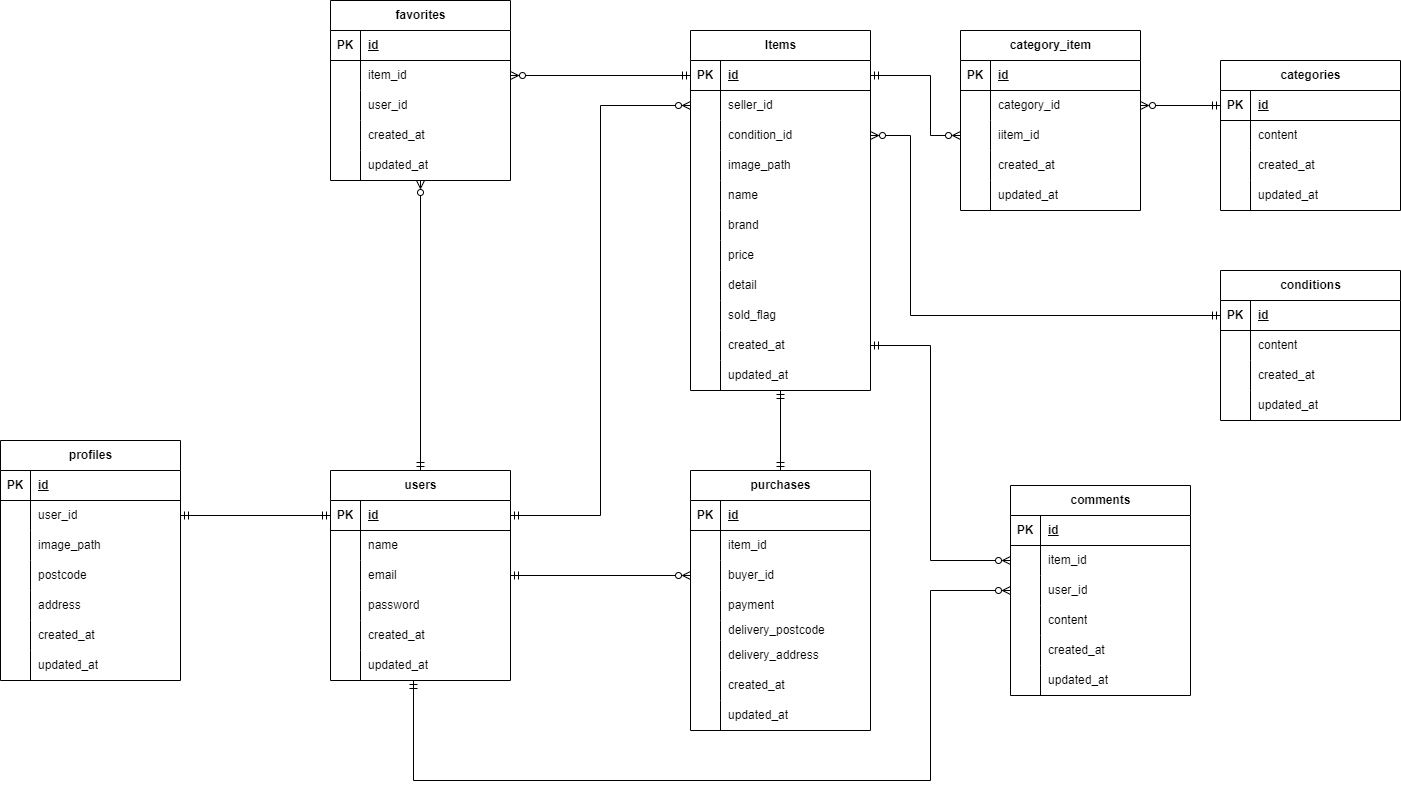
Roba-97/ObanaRyota-mockcase1-furima-app keeps this draw.io diagram as src/er-diagram.drawio.png. Above is the earlier version. Source tidied: cells renumbered, new cells last; positions are measured from the earlier drawing's top-left corner, leaving out a move shared by most shapes.
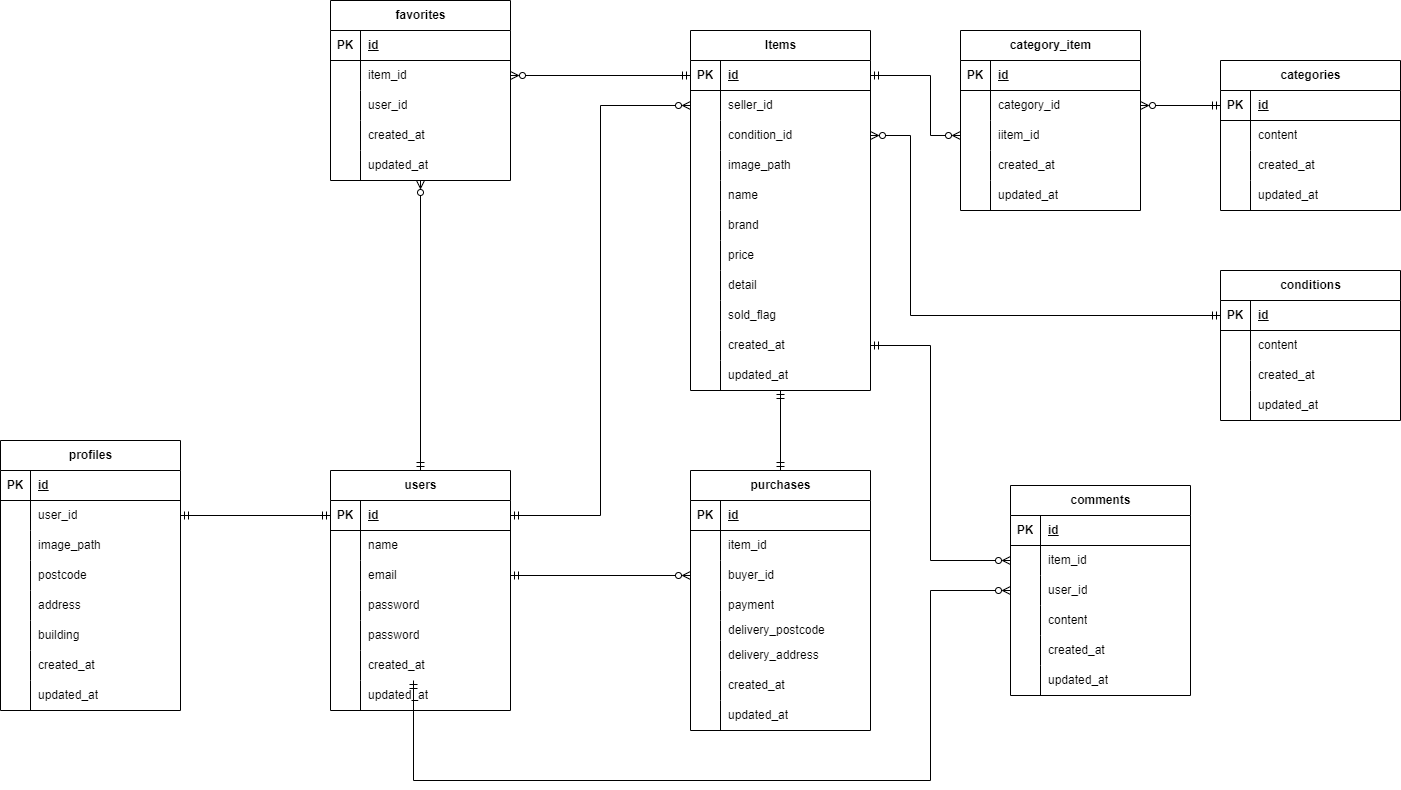
Above is the later version.

What changed in the source:
```diff
@@ -6,7 +6,7 @@
       <mxGeometry relative="1" as="geometry" />
     </mxCell>
     <mxCell id="3" value="users" style="shape=table;startSize=30;rowLines=0;fontStyle=1;align=center;html=1;" parent="1" vertex="1">
-      <mxGeometry x="330" y="470" width="180" height="210" as="geometry" />
+      <mxGeometry x="330" y="470" width="180" height="240" as="geometry" />
     </mxCell>
     <mxCell id="4" style="shape=tableRow;horizontal=0;startSize=0;swimlaneHead=0;swimlaneBody=0;fillColor=none;points=[[0,0.5],[1,0.5]];portConstraint=eastwest;top=0;left=0;right=0;bottom=1;" parent="3" vertex="1">
       <mxGeometry y="30" width="180" height="30" as="geometry" />
@@ -50,7 +50,7 @@
     <mxCell id="17" style="shape=partialRectangle;fillColor=none;top=0;left=0;bottom=0;right=0;overflow=hidden;whiteSpace=wrap;html=1;" parent="16" vertex="1">
       <mxGeometry width="30" height="30" as="geometry" />
     </mxCell>
-    <mxCell id="18" value="created_at" style="shape=partialRectangle;fillColor=none;top=0;left=0;bottom=0;right=0;align=left;spacingLeft=6;overflow=hidden;whiteSpace=wrap;html=1;" parent="16" vertex="1">
+    <mxCell id="18" value="&lt;span style=&quot;color: rgb(0, 0, 0);&quot;&gt;password&lt;/span&gt;" style="shape=partialRectangle;fillColor=none;top=0;left=0;bottom=0;right=0;align=left;spacingLeft=6;overflow=hidden;whiteSpace=wrap;html=1;" parent="16" vertex="1">
       <mxGeometry x="30" width="150" height="30" as="geometry" />
     </mxCell>
     <mxCell id="19" style="shape=tableRow;horizontal=0;startSize=0;swimlaneHead=0;swimlaneBody=0;fillColor=none;points=[[0,0.5],[1,0.5]];portConstraint=eastwest;top=0;left=0;right=0;bottom=0;" parent="3" vertex="1">
@@ -59,11 +59,20 @@
     <mxCell id="20" style="shape=partialRectangle;fillColor=none;top=0;left=0;bottom=0;right=0;overflow=hidden;whiteSpace=wrap;html=1;" parent="19" vertex="1">
       <mxGeometry width="30" height="30" as="geometry" />
     </mxCell>
-    <mxCell id="21" value="updated_at" style="shape=partialRectangle;fillColor=none;top=0;left=0;bottom=0;right=0;align=left;spacingLeft=6;overflow=hidden;whiteSpace=wrap;html=1;" parent="19" vertex="1">
+    <mxCell id="21" value="&lt;span style=&quot;color: rgb(0, 0, 0);&quot;&gt;created_at&lt;/span&gt;" style="shape=partialRectangle;fillColor=none;top=0;left=0;bottom=0;right=0;align=left;spacingLeft=6;overflow=hidden;whiteSpace=wrap;html=1;" parent="19" vertex="1">
       <mxGeometry x="30" width="150" height="30" as="geometry" />
     </mxCell>
+    <mxCell id="191" style="shape=tableRow;horizontal=0;startSize=0;swimlaneHead=0;swimlaneBody=0;fillColor=none;top=0;left=0;right=0;bottom=0;" parent="3" vertex="1">
+      <mxGeometry y="210" width="180" height="30" as="geometry" />
+    </mxCell>
+    <mxCell id="192" style="shape=partialRectangle;fillColor=none;top=0;left=0;bottom=0;right=0;overflow=hidden;whiteSpace=wrap;html=1;" parent="191" vertex="1">
+      <mxGeometry width="30" height="30" as="geometry" />
+    </mxCell>
+    <mxCell id="193" value="&lt;span style=&quot;color: rgb(0, 0, 0);&quot;&gt;updated_at&lt;/span&gt;" style="shape=partialRectangle;fillColor=none;top=0;left=0;bottom=0;right=0;align=left;spacingLeft=6;overflow=hidden;whiteSpace=wrap;html=1;" parent="191" vertex="1">
+      <mxGeometry x="30" width="150" height="30" as="geometry" />
+    </mxCell>
     <mxCell id="22" value="profiles" style="shape=table;startSize=30;rowLines=0;fontStyle=1;align=center;html=1;" parent="1" vertex="1">
-      <mxGeometry y="440" width="180" height="240" as="geometry" />
+      <mxGeometry y="440" width="180" height="270" as="geometry" />
     </mxCell>
     <mxCell id="23" style="shape=tableRow;horizontal=0;startSize=0;swimlaneHead=0;swimlaneBody=0;fillColor=none;top=0;left=0;right=0;bottom=1;" parent="22" vertex="1">
       <mxGeometry y="30" width="180" height="30" as="geometry" />
@@ -116,7 +125,7 @@
     <mxCell id="39" style="shape=partialRectangle;fillColor=none;top=0;left=0;bottom=0;right=0;overflow=hidden;whiteSpace=wrap;html=1;" parent="38" vertex="1">
       <mxGeometry width="30" height="30" as="geometry" />
     </mxCell>
-    <mxCell id="40" value="created_at" style="shape=partialRectangle;fillColor=none;top=0;left=0;bottom=0;right=0;align=left;spacingLeft=6;overflow=hidden;whiteSpace=wrap;html=1;" parent="38" vertex="1">
+    <mxCell id="40" value="building" style="shape=partialRectangle;fillColor=none;top=0;left=0;bottom=0;right=0;align=left;spacingLeft=6;overflow=hidden;whiteSpace=wrap;html=1;" parent="38" vertex="1">
       <mxGeometry x="30" width="150" height="30" as="geometry" />
     </mxCell>
     <mxCell id="41" style="shape=tableRow;horizontal=0;startSize=0;swimlaneHead=0;swimlaneBody=0;fillColor=none;top=0;left=0;right=0;bottom=0;" parent="22" vertex="1">
@@ -125,9 +134,18 @@
     <mxCell id="42" style="shape=partialRectangle;fillColor=none;top=0;left=0;bottom=0;right=0;overflow=hidden;whiteSpace=wrap;html=1;" parent="41" vertex="1">
       <mxGeometry width="30" height="30" as="geometry" />
     </mxCell>
-    <mxCell id="43" value="updated_at" style="shape=partialRectangle;fillColor=none;top=0;left=0;bottom=0;right=0;align=left;spacingLeft=6;overflow=hidden;whiteSpace=wrap;html=1;" parent="41" vertex="1">
+    <mxCell id="43" value="&lt;span style=&quot;color: rgb(0, 0, 0);&quot;&gt;created_at&lt;/span&gt;" style="shape=partialRectangle;fillColor=none;top=0;left=0;bottom=0;right=0;align=left;spacingLeft=6;overflow=hidden;whiteSpace=wrap;html=1;" parent="41" vertex="1">
       <mxGeometry x="30" width="150" height="30" as="geometry" />
     </mxCell>
+    <mxCell id="194" style="shape=tableRow;horizontal=0;startSize=0;swimlaneHead=0;swimlaneBody=0;fillColor=none;top=0;left=0;right=0;bottom=0;" parent="22" vertex="1">
+      <mxGeometry y="240" width="180" height="30" as="geometry" />
+    </mxCell>
+    <mxCell id="195" style="shape=partialRectangle;fillColor=none;top=0;left=0;bottom=0;right=0;overflow=hidden;whiteSpace=wrap;html=1;" parent="194" vertex="1">
+      <mxGeometry width="30" height="30" as="geometry" />
+    </mxCell>
+    <mxCell id="196" value="&lt;span style=&quot;color: rgb(0, 0, 0);&quot;&gt;updated_at&lt;/span&gt;" style="shape=partialRectangle;fillColor=none;top=0;left=0;bottom=0;right=0;align=left;spacingLeft=6;overflow=hidden;whiteSpace=wrap;html=1;" parent="194" vertex="1">
+      <mxGeometry x="30" width="150" height="30" as="geometry" />
+    </mxCell>
     <mxCell id="44" value="Items" style="shape=table;startSize=30;rowLines=0;fontStyle=1;align=center;html=1;" parent="1" vertex="1">
       <mxGeometry x="690" y="30" width="180" height="360" as="geometry" />
     </mxCell>
```
